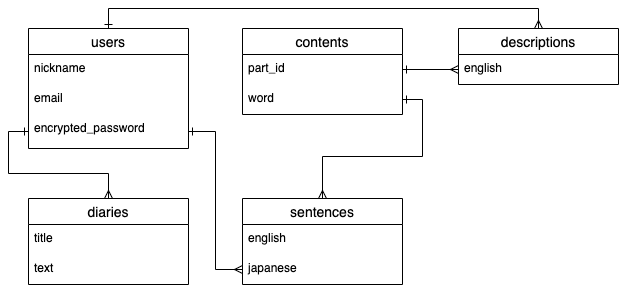
Earlier version of the draw.io export ER.drawio.png (Chukoto/wordstock). Source tidied: cells renumbered, new cells last; positions are measured from the earlier drawing's top-left corner, leaving out a move shared by most shapes.
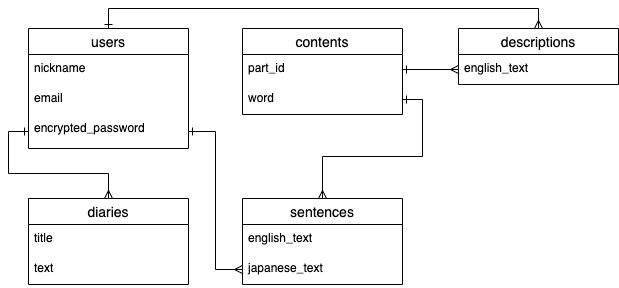
The same file after the commit.

Commit message:
descriptions作成に伴うER図の変更

Change to the diagram source:
```diff
@@ -29,10 +29,10 @@
     <mxCell id="10" value="sentences" style="swimlane;fontStyle=0;horizontal=1;startSize=26;align=center;fontSize=14;" parent="1" vertex="1">
       <mxGeometry x="214" y="170" width="160" height="86" as="geometry" />
     </mxCell>
-    <mxCell id="11" value="english" style="text;strokeColor=none;fillColor=none;spacingLeft=4;spacingRight=4;overflow=hidden;fontSize=12;" parent="10" vertex="1">
+    <mxCell id="11" value="english_text" style="text;strokeColor=none;fillColor=none;spacingLeft=4;spacingRight=4;overflow=hidden;fontSize=12;" parent="10" vertex="1">
       <mxGeometry y="26" width="160" height="30" as="geometry" />
     </mxCell>
-    <mxCell id="12" value="japanese" style="text;strokeColor=none;fillColor=none;spacingLeft=4;spacingRight=4;overflow=hidden;points=[[0,0.5],[1,0.5]];portConstraint=eastwest;fontSize=12;" parent="10" vertex="1">
+    <mxCell id="12" value="japanese_text" style="text;strokeColor=none;fillColor=none;spacingLeft=4;spacingRight=4;overflow=hidden;points=[[0,0.5],[1,0.5]];portConstraint=eastwest;fontSize=12;" parent="10" vertex="1">
       <mxGeometry y="56" width="160" height="30" as="geometry" />
     </mxCell>
     <mxCell id="13" style="edgeStyle=orthogonalEdgeStyle;rounded=0;jettySize=auto;html=1;exitX=0.5;exitY=0;exitDx=0;exitDy=0;entryX=0;entryY=0.5;entryDx=0;entryDy=0;endArrow=ERone;endFill=0;startArrow=ERmany;startFill=0;" parent="1" edge="1" source="14" target="6">
@@ -56,7 +56,7 @@
     <mxCell id="19" value="descriptions" style="swimlane;fontStyle=0;horizontal=1;startSize=26;align=center;fontSize=14;" parent="1" vertex="1">
       <mxGeometry x="430" width="160" height="56" as="geometry" />
     </mxCell>
-    <mxCell id="20" value="english" style="text;strokeColor=none;fillColor=none;spacingLeft=4;spacingRight=4;overflow=hidden;points=[[0,0.5],[1,0.5]];portConstraint=eastwest;fontSize=12;" parent="19" vertex="1">
+    <mxCell id="20" value="english_text" style="text;strokeColor=none;fillColor=none;spacingLeft=4;spacingRight=4;overflow=hidden;points=[[0,0.5],[1,0.5]];portConstraint=eastwest;fontSize=12;" parent="19" vertex="1">
       <mxGeometry y="26" width="160" height="30" as="geometry" />
     </mxCell>
     <mxCell id="21" style="edgeStyle=orthogonalEdgeStyle;rounded=0;jettySize=auto;html=1;exitX=0;exitY=0.5;exitDx=0;exitDy=0;entryX=1;entryY=0.5;entryDx=0;entryDy=0;endArrow=ERone;endFill=0;startArrow=ERmany;startFill=0;" parent="1" edge="1" source="20" target="8">
```
